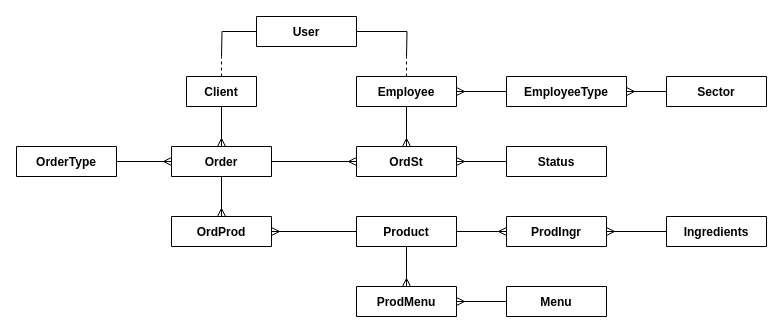
Joaquim-Claudio/MyPastry_PROJETO-MOBILE-2023-2024 keeps this draw.io diagram as Diagrama sem nome.drawio. Above is the earlier version. Source tidied: cells renumbered, new cells numbered last; positions are measured from the earlier drawing's top-left corner, leaving out a move shared by most shapes. Both pictures are drawn from the tidied source at 100%, with x=0, y=0 at pixel (16, 16).
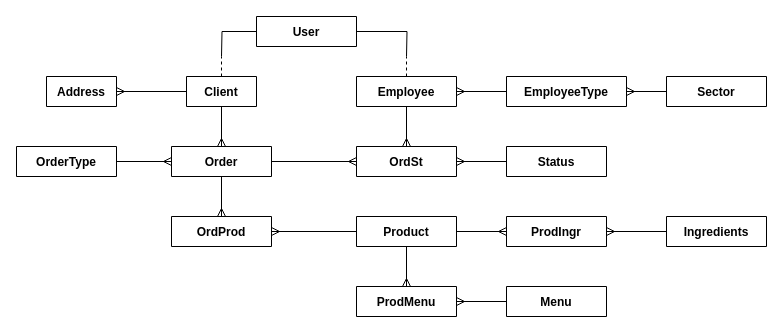
Above is the later version.

The change refers to these unchanged cells:
```xml
<mxCell id="12" value="Client" style="swimlane;fontStyle=1;horizontal=1;startSize=30;" parent="1" vertex="1" collapsed="1">
  <mxGeometry x="170" y="60" width="70" height="30" as="geometry" />
</mxCell>
```

Diff of the diagram source:
```diff
@@
+    <mxCell id="34" style="edgeStyle=orthogonalEdgeStyle;rounded=0;jettySize=auto;html=1;entryX=1;entryY=0.5;entryDx=0;entryDy=0;endArrow=ERmany;endFill=0;" parent="1" edge="1" source="12" target="35">
+      <mxGeometry relative="1" as="geometry" />
+    </mxCell>
@@
+    <mxCell id="35" value="Address" style="swimlane;fontStyle=1;horizontal=1;startSize=30;" parent="1" vertex="1" collapsed="1">
+      <mxGeometry x="30" y="60" width="70" height="30" as="geometry" />
+    </mxCell>
```
